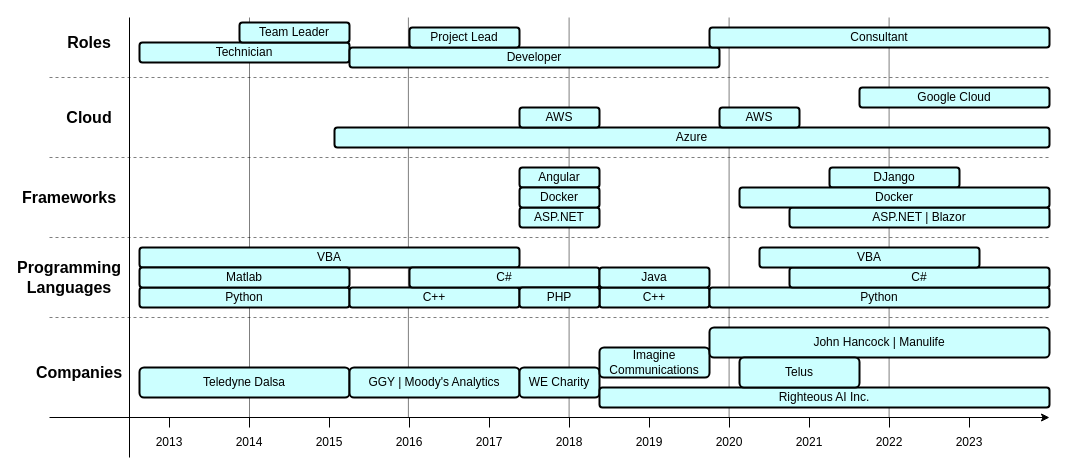
Earlier version of the draw.io diagram _data/Dotne_Developer.drawio (rrmistry/rrmistry.github.io). Source tidied: cells renumbered, new cells numbered last; positions are measured from the earlier drawing's top-left corner, leaving out a move shared by most shapes. Both pictures are drawn from the tidied source at 100%, with x=0, y=0 at pixel (39, 17).
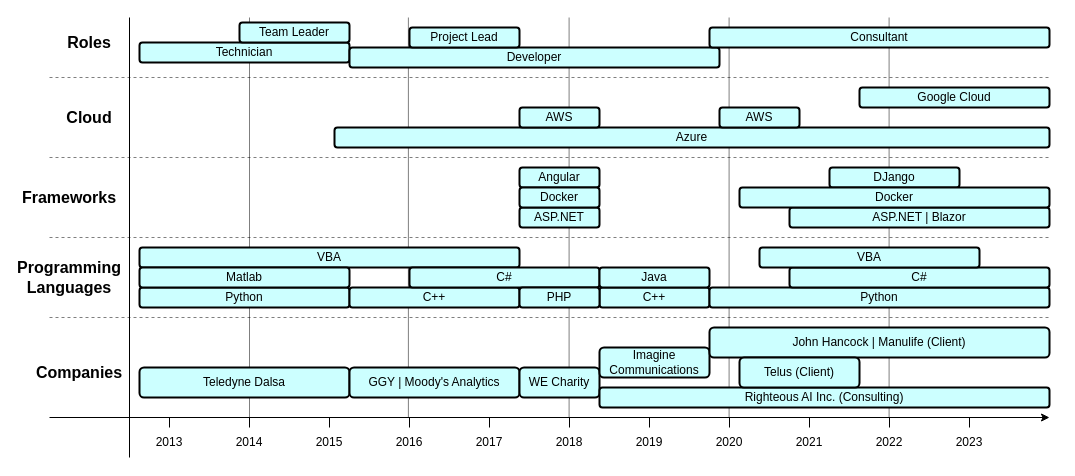
After the change.

Commit message (it also covers changes not shown here):
Update diagram layout and labels

Diff of the diagram source:
```diff
@@
-    <mxCell id="43" value="Righteous AI Inc." style="rounded=1;whiteSpace=wrap;html=1;gradientColor=none;gradientDirection=east;fillColor=#CCFFFF;fontColor=#000000;labelBackgroundColor=none;labelBorderColor=none;fillStyle=solid;strokeWidth=2;" parent="1" vertex="1">
+    <mxCell id="43" value="Righteous AI Inc. (Consulting)" style="rounded=1;whiteSpace=wrap;html=1;gradientColor=none;gradientDirection=east;fillColor=#CCFFFF;fontColor=#000000;labelBackgroundColor=none;labelBorderColor=none;fillStyle=solid;strokeWidth=2;" parent="1" vertex="1">
       <mxGeometry x="560" y="370" width="450" height="20" as="geometry" />
     </mxCell>
@@
-    <mxCell id="45" value="John Hancock | Manulife" style="rounded=1;whiteSpace=wrap;html=1;gradientColor=none;gradientDirection=east;fillColor=#CCFFFF;fontColor=#000000;labelBackgroundColor=none;labelBorderColor=none;fillStyle=solid;strokeWidth=2;" parent="1" vertex="1">
+    <mxCell id="45" value="John Hancock | Manulife (Client)" style="rounded=1;whiteSpace=wrap;html=1;gradientColor=none;gradientDirection=east;fillColor=#CCFFFF;fontColor=#000000;labelBackgroundColor=none;labelBorderColor=none;fillStyle=solid;strokeWidth=2;" parent="1" vertex="1">
       <mxGeometry x="670" y="310" width="340" height="30" as="geometry" />
     </mxCell>
-    <mxCell id="46" value="Telus" style="rounded=1;whiteSpace=wrap;html=1;gradientColor=none;gradientDirection=east;fillColor=#CCFFFF;fontColor=#000000;labelBackgroundColor=none;labelBorderColor=none;fillStyle=solid;strokeWidth=2;" parent="1" vertex="1">
+    <mxCell id="46" value="Telus (Client)" style="rounded=1;whiteSpace=wrap;html=1;gradientColor=none;gradientDirection=east;fillColor=#CCFFFF;fontColor=#000000;labelBackgroundColor=none;labelBorderColor=none;fillStyle=solid;strokeWidth=2;" parent="1" vertex="1">
       <mxGeometry x="700" y="340" width="120" height="30" as="geometry" />
     </mxCell>
```
